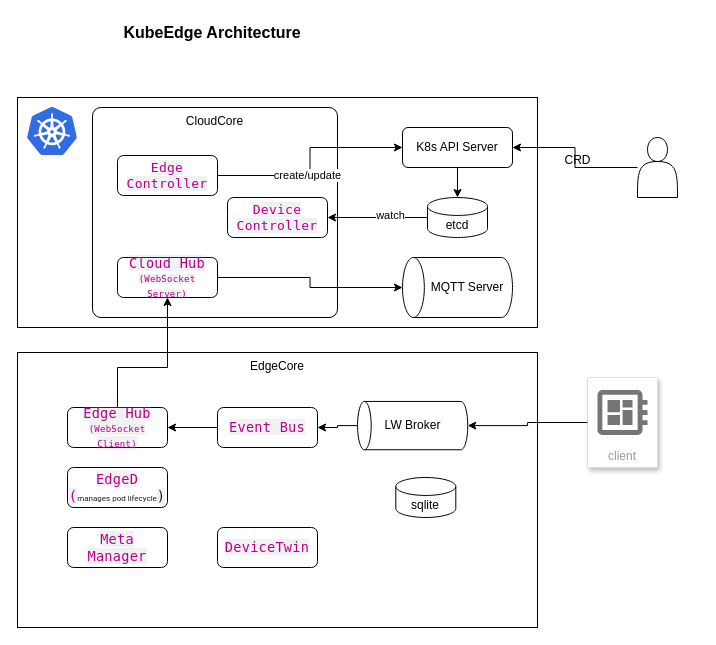
The draw.io diagram KubeEdge.drawio in gengjie/aws_architecture, before the edit. Source tidied: cells renumbered, new cells numbered last; positions are measured from the earlier drawing's top-left corner, leaving out a move shared by most shapes. Both pictures are drawn from the tidied source at 100%, with x=0, y=0 at pixel (17, 17).
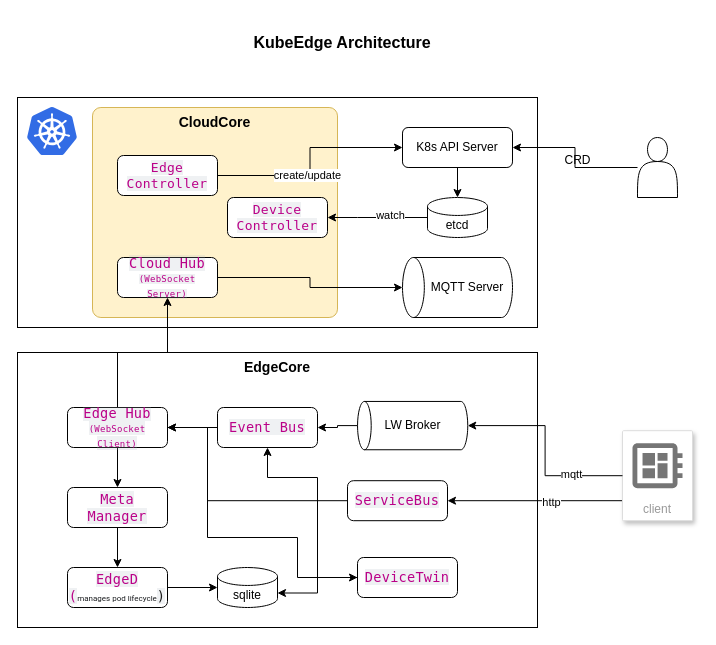
Above is the later version.

The change refers to these unchanged cells:
```xml
<mxCell id="7" value="&lt;div style=&quot;&quot;&gt;&lt;font color=&quot;rgba(0, 0, 0, 0.88)&quot; face=&quot;ui-monospace, SFMono-Regular, SF Mono, Menlo, Consolas, Liberation Mono, monospace&quot;&gt;&lt;span style=&quot;font-size: 13.6px; letter-spacing: 0.25px; white-space-collapse: preserve-breaks; background-color: rgba(175, 184, 193, 0.2);&quot;&gt;Cloud Hub&lt;br&gt;&lt;/span&gt;&lt;/font&gt;&lt;/div&gt;&lt;div style=&quot;&quot;&gt;&lt;font color=&quot;rgba(0, 0, 0, 0.88)&quot; face=&quot;ui-monospace, SFMono-Regular, SF Mono, Menlo, Consolas, Liberation Mono, monospace&quot; style=&quot;font-size: 9px;&quot;&gt;&lt;span style=&quot;letter-spacing: 0.25px; white-space-collapse: preserve-breaks; background-color: rgba(175, 184, 193, 0.2);&quot;&gt;(WebSocket Server)&lt;/span&gt;&lt;/font&gt;&lt;/div&gt;" style="rounded=1;whiteSpace=wrap;html=1;align=center;" parent="1" vertex="1">
  <mxGeometry x="100" y="240" width="100" height="40" as="geometry" />
</mxCell>
<mxCell id="9" value="&lt;div style=&quot;&quot;&gt;&lt;font color=&quot;rgba(0, 0, 0, 0.88)&quot; face=&quot;ui-monospace, SFMono-Regular, SF Mono, Menlo, Consolas, Liberation Mono, monospace&quot;&gt;&lt;span style=&quot;letter-spacing: 0.25px; white-space-collapse: preserve-breaks; background-color: rgba(175, 184, 193, 0.2);&quot;&gt;&lt;span style=&quot;font-size: 13.6px;&quot;&gt;Edge Hub&lt;br&gt;&lt;/span&gt;&lt;font style=&quot;font-size: 9px;&quot;&gt;(WebSocket Client)&lt;/font&gt;&lt;/span&gt;&lt;/font&gt;&lt;/div&gt;" style="rounded=1;whiteSpace=wrap;html=1;align=center;" parent="1" vertex="1">
  <mxGeometry x="50" y="390" width="100" height="40" as="geometry" />
</mxCell>
<mxCell id="24" value="&lt;div style=&quot;&quot;&gt;&lt;font face=&quot;ui-monospace, SFMono-Regular, SF Mono, Menlo, Consolas, Liberation Mono, monospace&quot; color=&quot;rgba(0, 0, 0, 0.88)&quot;&gt;&lt;span style=&quot;font-size: 13.6px; letter-spacing: 0.25px; white-space-collapse: preserve-breaks; background-color: rgba(175, 184, 193, 0.2);&quot;&gt;Event Bus&lt;/span&gt;&lt;/font&gt;&lt;/div&gt;" style="rounded=1;whiteSpace=wrap;html=1;align=center;" parent="1" vertex="1">
  <mxGeometry x="200" y="390" width="100" height="40" as="geometry" />
</mxCell>
<mxCell id="38" style="edgeStyle=orthogonalEdgeStyle;rounded=0;jettySize=auto;html=1;entryX=0.5;entryY=1;entryDx=0;entryDy=0;entryPerimeter=0;" parent="1" edge="1" source="36" target="33">
  <mxGeometry relative="1" as="geometry" />
</mxCell>
```

The edit, as a diff of the source:
```diff
@@
-    <mxCell id="4" value="CloudCore" style="rounded=1;whiteSpace=wrap;html=1;fillColor=none;arcSize=4;verticalAlign=top;" parent="1" vertex="1">
+    <mxCell id="4" value="&lt;b&gt;&lt;font style=&quot;font-size: 14px;&quot;&gt;CloudCore&lt;/font&gt;&lt;/b&gt;" style="rounded=1;whiteSpace=wrap;html=1;fillColor=#fff2cc;arcSize=4;verticalAlign=top;strokeColor=#d6b656;" parent="1" vertex="1">
       <mxGeometry x="75" y="90" width="245" height="210" as="geometry" />
     </mxCell>
     <mxCell id="5" value="KubeEdge Architecture" style="text;html=1;align=center;verticalAlign=middle;whiteSpace=wrap;rounded=0;fontStyle=1;fontSize=16;" parent="1" vertex="1">
-      <mxGeometry x="80" width="230" height="30" as="geometry" />
+      <mxGeometry x="210" y="10" width="230" height="30" as="geometry" />
     </mxCell>
-    <mxCell id="6" value="EdgeCore" style="rounded=1;whiteSpace=wrap;html=1;fillColor=none;arcSize=0;verticalAlign=top;" parent="1" vertex="1">
+    <mxCell id="6" value="&lt;b&gt;&lt;font style=&quot;font-size: 14px;&quot;&gt;EdgeCore&lt;/font&gt;&lt;/b&gt;" style="rounded=1;whiteSpace=wrap;html=1;fillColor=none;arcSize=0;verticalAlign=top;" parent="1" vertex="1">
       <mxGeometry y="335" width="520" height="275" as="geometry" />
     </mxCell>
@@
-    <mxCell id="8" style="edgeStyle=orthogonalEdgeStyle;rounded=0;jettySize=auto;html=1;entryX=0.5;entryY=1;entryDx=0;entryDy=0;" parent="1" edge="1" source="9" target="7">
-      <mxGeometry relative="1" as="geometry">
-        <Array as="points">
-          <mxPoint x="100" y="350" />
-          <mxPoint x="150" y="350" />
-        </Array>
-      </mxGeometry>
+    <mxCell id="8" style="edgeStyle=orthogonalEdgeStyle;rounded=0;jettySize=auto;html=1;entryX=0.5;entryY=1;entryDx=0;entryDy=0;shadow=0;" parent="1" edge="1" source="9" target="7">
+      <mxGeometry relative="1" as="geometry" />
     </mxCell>
+    <mxCell id="39" style="edgeStyle=orthogonalEdgeStyle;rounded=0;jettySize=auto;html=1;entryX=0.5;entryY=0;entryDx=0;entryDy=0;" parent="1" edge="1" source="9" target="28">
+      <mxGeometry relative="1" as="geometry" />
+    </mxCell>
+    <mxCell id="40" style="edgeStyle=orthogonalEdgeStyle;rounded=0;jettySize=auto;html=1;entryX=0;entryY=0.5;entryDx=0;entryDy=0;" parent="1" edge="1" source="9" target="25">
+      <mxGeometry relative="1" as="geometry">
+        <Array as="points">
+          <mxPoint x="190" y="410" />
+          <mxPoint x="190" y="520" />
+          <mxPoint x="280" y="520" />
+          <mxPoint x="280" y="560" />
+        </Array>
+      </mxGeometry>
+    </mxCell>
@@
+    <mxCell id="41" style="edgeStyle=orthogonalEdgeStyle;rounded=0;jettySize=auto;html=1;entryX=0.5;entryY=1;entryDx=0;entryDy=0;" parent="1" edge="1" source="25" target="24">
+      <mxGeometry relative="1" as="geometry">
+        <Array as="points">
+          <mxPoint x="300" y="560" />
+          <mxPoint x="300" y="460" />
+          <mxPoint x="250" y="460" />
+        </Array>
+      </mxGeometry>
+    </mxCell>
     <mxCell id="25" value="&lt;div style=&quot;&quot;&gt;&lt;font face=&quot;ui-monospace, SFMono-Regular, SF Mono, Menlo, Consolas, Liberation Mono, monospace&quot; color=&quot;rgba(0, 0, 0, 0.88)&quot;&gt;&lt;span style=&quot;font-size: 13.6px; letter-spacing: 0.25px; white-space-collapse: preserve-breaks; background-color: rgba(175, 184, 193, 0.2);&quot;&gt;DeviceTwin&lt;/span&gt;&lt;/font&gt;&lt;/div&gt;" style="rounded=1;whiteSpace=wrap;html=1;align=center;" parent="1" vertex="1">
-      <mxGeometry x="200" y="510" width="100" height="40" as="geometry" />
+      <mxGeometry x="340" y="540" width="100" height="40" as="geometry" />
     </mxCell>
     <mxCell id="26" value="sqlite" style="shape=cylinder3;whiteSpace=wrap;html=1;boundedLbl=1;backgroundOutline=1;size=8.980804443359375;" parent="1" vertex="1">
-      <mxGeometry x="378.3" y="460" width="60" height="40" as="geometry" />
+      <mxGeometry x="200" y="550" width="60" height="40" as="geometry" />
     </mxCell>
     <mxCell id="27" value="&lt;div style=&quot;&quot;&gt;&lt;font face=&quot;ui-monospace, SFMono-Regular, SF Mono, Menlo, Consolas, Liberation Mono, monospace&quot; color=&quot;rgba(0, 0, 0, 0.88)&quot;&gt;&lt;span style=&quot;font-size: 13.6px; letter-spacing: 0.25px; white-space-collapse: preserve-breaks; background-color: rgba(175, 184, 193, 0.2);&quot;&gt;EdgeD&lt;/span&gt;&lt;/font&gt;&lt;/div&gt;&lt;div style=&quot;&quot;&gt;&lt;font face=&quot;ui-monospace, SFMono-Regular, SF Mono, Menlo, Consolas, Liberation Mono, monospace&quot; color=&quot;rgba(0, 0, 0, 0.88)&quot;&gt;&lt;span style=&quot;font-size: 13.6px; letter-spacing: 0.25px; white-space-collapse: preserve-breaks; background-color: rgba(175, 184, 193, 0.2);&quot;&gt;(&lt;/span&gt;&lt;/font&gt;&lt;span style=&quot;color: rgb(28, 30, 33); font-family: Roboto, sans-serif; text-align: start; background-color: transparent;&quot;&gt;&lt;font style=&quot;font-size: 8px;&quot;&gt;manages pod lifecycle&lt;/font&gt;&lt;/span&gt;&lt;span style=&quot;background-color: light-dark(rgba(175, 184, 193, 0.2), rgb(73, 81, 89)); font-size: 13.6px; letter-spacing: 0.25px; white-space-collapse: preserve-breaks; color: light-dark(rgba(0, 0, 0, 0.88), rgb(237, 237, 237)); font-family: ui-monospace, SFMono-Regular, &amp;quot;SF Mono&amp;quot;, Menlo, Consolas, &amp;quot;Liberation Mono&amp;quot;, monospace;&quot;&gt;)&lt;/span&gt;&lt;/div&gt;" style="rounded=1;whiteSpace=wrap;html=1;align=center;" parent="1" vertex="1">
-      <mxGeometry x="50" y="450" width="100" height="40" as="geometry" />
+      <mxGeometry x="50" y="550" width="100" height="40" as="geometry" />
     </mxCell>
+    <mxCell id="42" style="edgeStyle=orthogonalEdgeStyle;rounded=0;jettySize=auto;html=1;entryX=0.5;entryY=0;entryDx=0;entryDy=0;" parent="1" edge="1" source="28" target="27">
+      <mxGeometry relative="1" as="geometry" />
+    </mxCell>
     <mxCell id="28" value="&lt;div style=&quot;&quot;&gt;&lt;font face=&quot;ui-monospace, SFMono-Regular, SF Mono, Menlo, Consolas, Liberation Mono, monospace&quot; color=&quot;rgba(0, 0, 0, 0.88)&quot;&gt;&lt;span style=&quot;font-size: 13.6px; letter-spacing: 0.25px; white-space-collapse: preserve-breaks; background-color: rgba(175, 184, 193, 0.2);&quot;&gt;Meta Manager&lt;/span&gt;&lt;/font&gt;&lt;/div&gt;" style="rounded=1;whiteSpace=wrap;html=1;align=center;" parent="1" vertex="1">
-      <mxGeometry x="50" y="510" width="100" height="40" as="geometry" />
+      <mxGeometry x="50" y="470" width="100" height="40" as="geometry" />
     </mxCell>
@@
+    <mxCell id="43" style="edgeStyle=orthogonalEdgeStyle;rounded=0;jettySize=auto;html=1;entryX=1;entryY=0.5;entryDx=0;entryDy=0;" parent="1" edge="1" source="36" target="48">
+      <mxGeometry relative="1" as="geometry">
+        <Array as="points">
+          <mxPoint x="605" y="483" />
+        </Array>
+      </mxGeometry>
+    </mxCell>
+    <mxCell id="44" value="http" style="edgeLabel;html=1;align=center;verticalAlign=middle;" parent="43" vertex="1">
+      <mxGeometry x="-0.18" y="1" relative="1" as="geometry" />
+    </mxCell>
     <mxCell id="36" value="client" style="fillColor=#ffffff;strokeColor=#dddddd;shadow=1;strokeWidth=1;rounded=1;absoluteArcSize=1;arcSize=2;labelPosition=center;verticalLabelPosition=middle;align=center;verticalAlign=bottom;spacingLeft=0;fontColor=#999999;fontSize=12;whiteSpace=wrap;spacingBottom=2;html=1;" parent="1" vertex="1">
-      <mxGeometry x="570" y="360" width="70" height="90" as="geometry" />
+      <mxGeometry x="605" y="413.2" width="70" height="90" as="geometry" />
     </mxCell>
@@
+    <mxCell id="45" value="mqtt" style="edgeLabel;html=1;align=center;verticalAlign=middle;" parent="38" vertex="1">
+      <mxGeometry x="-0.49" y="-2" relative="1" as="geometry" />
+    </mxCell>
+    <mxCell id="46" style="edgeStyle=orthogonalEdgeStyle;rounded=0;jettySize=auto;html=1;entryX=0;entryY=0.5;entryDx=0;entryDy=0;entryPerimeter=0;" parent="1" edge="1" source="27" target="26">
+      <mxGeometry relative="1" as="geometry" />
+    </mxCell>
+    <mxCell id="47" style="edgeStyle=orthogonalEdgeStyle;rounded=0;jettySize=auto;html=1;entryX=1;entryY=0.5;entryDx=0;entryDy=0;" parent="1" edge="1" source="48" target="9">
+      <mxGeometry relative="1" as="geometry">
+        <Array as="points">
+          <mxPoint x="190" y="483" />
+          <mxPoint x="190" y="410" />
+        </Array>
+      </mxGeometry>
+    </mxCell>
+    <mxCell id="48" value="&lt;div style=&quot;&quot;&gt;&lt;font face=&quot;ui-monospace, SFMono-Regular, SF Mono, Menlo, Consolas, Liberation Mono, monospace&quot; color=&quot;rgba(0, 0, 0, 0.88)&quot;&gt;&lt;span style=&quot;font-size: 13.6px; letter-spacing: 0.25px; white-space-collapse: preserve-breaks; background-color: rgba(175, 184, 193, 0.2);&quot;&gt;ServiceBus&lt;/span&gt;&lt;/font&gt;&lt;/div&gt;" style="rounded=1;whiteSpace=wrap;html=1;align=center;" parent="1" vertex="1">
+      <mxGeometry x="330" y="463.2" width="100" height="40" as="geometry" />
+    </mxCell>
+    <mxCell id="49" style="edgeStyle=orthogonalEdgeStyle;rounded=0;jettySize=auto;html=1;entryX=1;entryY=0;entryDx=0;entryDy=25.509597778320312;entryPerimeter=0;" parent="1" edge="1" source="25" target="26">
+      <mxGeometry relative="1" as="geometry" />
+    </mxCell>
```
